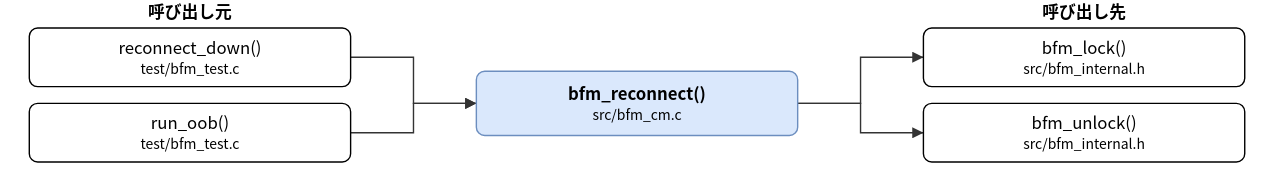
hf355051012-ai/bfmem keeps this draw.io diagram as doc/spec/images/call_src_bfm_cm-bfm_reconnect.drawio.svg. Above is the earlier version. Source tidied: cells renumbered, new cells last; positions are measured from the earlier drawing's top-left corner, leaving out a move shared by most shapes. The source it was exported from:
```xml
<mxGraphModel>
  <root>
    <mxCell id="0" />
    <mxCell id="1" parent="0" />
    <mxCell id="2" value="bfm_reconnect()&lt;br&gt;&lt;font style=&quot;font-size:10px&quot;&gt;src/bfm_cm.c&lt;/font&gt;" style="rounded=1;whiteSpace=wrap;html=1;fillColor=#dae8fc;strokeColor=#6c8ebf;fontStyle=1;" parent="1" vertex="1">
      <mxGeometry x="320" y="51" width="230" height="46" as="geometry" />
    </mxCell>
    <mxCell id="3" value="reconnect_down()&lt;br&gt;&lt;font style=&quot;font-size:10px&quot;&gt;test/bfm_test.c&lt;/font&gt;" style="rounded=1;whiteSpace=wrap;html=1;" parent="1" vertex="1">
      <mxGeometry y="20" width="230" height="42" as="geometry" />
    </mxCell>
    <mxCell id="4" value="run_oob()&lt;br&gt;&lt;font style=&quot;font-size:10px&quot;&gt;test/bfm_test.c&lt;/font&gt;" style="rounded=1;whiteSpace=wrap;html=1;" parent="1" vertex="1">
      <mxGeometry y="74" width="230" height="42" as="geometry" />
    </mxCell>
    <mxCell id="5" value="bfm_lock()&lt;br&gt;&lt;font style=&quot;font-size:10px&quot;&gt;src/bfm_internal.h&lt;/font&gt;" style="rounded=1;whiteSpace=wrap;html=1;" parent="1" vertex="1">
      <mxGeometry x="640" y="20" width="230" height="42" as="geometry" />
    </mxCell>
    <mxCell id="6" value="bfm_unlock()&lt;br&gt;&lt;font style=&quot;font-size:10px&quot;&gt;src/bfm_internal.h&lt;/font&gt;" style="rounded=1;whiteSpace=wrap;html=1;" parent="1" vertex="1">
      <mxGeometry x="640" y="74" width="230" height="42" as="geometry" />
    </mxCell>
    <mxCell id="7" style="edgeStyle=none;html=1;rounded=0;endArrow=block;endFill=1;exitX=1.0000;exitY=0.5000;exitDx=0;exitDy=0;exitPerimeter=0;entryX=0.0000;entryY=0.5000;entryDx=0;entryDy=0;entryPerimeter=0;" parent="1" edge="1" source="3" target="2">
      <mxGeometry relative="1" as="geometry">
        <Array as="points">
          <mxPoint x="275" y="41" />
          <mxPoint x="275" y="74" />
        </Array>
      </mxGeometry>
    </mxCell>
    <mxCell id="8" style="edgeStyle=none;html=1;rounded=0;endArrow=block;endFill=1;exitX=1.0000;exitY=0.5000;exitDx=0;exitDy=0;exitPerimeter=0;entryX=0.0000;entryY=0.5000;entryDx=0;entryDy=0;entryPerimeter=0;" parent="1" edge="1" source="4" target="2">
      <mxGeometry relative="1" as="geometry">
        <Array as="points">
          <mxPoint x="275" y="95" />
          <mxPoint x="275" y="74" />
        </Array>
      </mxGeometry>
    </mxCell>
    <mxCell id="9" style="edgeStyle=none;html=1;rounded=0;endArrow=block;endFill=1;exitX=1.0000;exitY=0.5000;exitDx=0;exitDy=0;exitPerimeter=0;entryX=0.0000;entryY=0.5000;entryDx=0;entryDy=0;entryPerimeter=0;" parent="1" edge="1" source="2" target="5">
      <mxGeometry relative="1" as="geometry">
        <Array as="points">
          <mxPoint x="595" y="74" />
          <mxPoint x="595" y="41" />
        </Array>
      </mxGeometry>
    </mxCell>
    <mxCell id="10" style="edgeStyle=none;html=1;rounded=0;endArrow=block;endFill=1;exitX=1.0000;exitY=0.5000;exitDx=0;exitDy=0;exitPerimeter=0;entryX=0.0000;entryY=0.5000;entryDx=0;entryDy=0;entryPerimeter=0;" parent="1" edge="1" source="2" target="6">
      <mxGeometry relative="1" as="geometry">
        <Array as="points">
          <mxPoint x="595" y="74" />
          <mxPoint x="595" y="95" />
        </Array>
      </mxGeometry>
    </mxCell>
    <mxCell id="11" value="呼び出し元" style="text;html=1;align=center;fontStyle=1;" parent="1" vertex="1">
      <mxGeometry x="35" width="160" height="18" as="geometry" />
    </mxCell>
    <mxCell id="12" value="呼び出し先" style="text;html=1;align=center;fontStyle=1;" parent="1" vertex="1">
      <mxGeometry x="675" width="160" height="18" as="geometry" />
    </mxCell>
  </root>
</mxGraphModel>
```
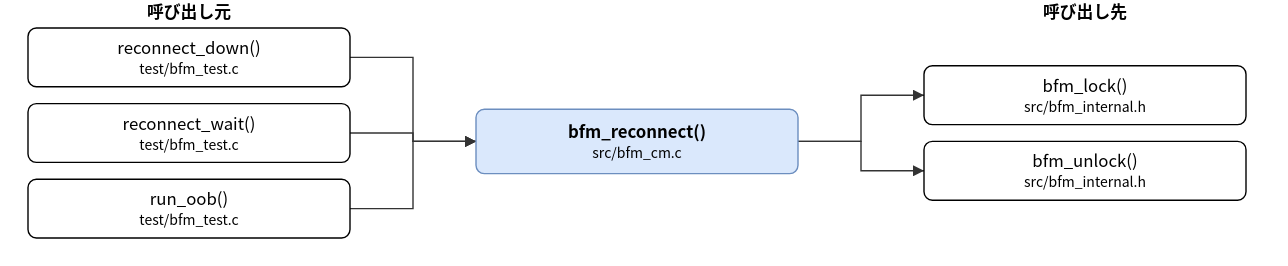
After the commit.

Diff of the diagram source:
```diff
@@ -3,25 +3,28 @@
     <mxCell id="0" />
     <mxCell id="1" parent="0" />
     <mxCell id="2" value="bfm_reconnect()&lt;br&gt;&lt;font style=&quot;font-size:10px&quot;&gt;src/bfm_cm.c&lt;/font&gt;" style="rounded=1;whiteSpace=wrap;html=1;fillColor=#dae8fc;strokeColor=#6c8ebf;fontStyle=1;" parent="1" vertex="1">
-      <mxGeometry x="320" y="51" width="230" height="46" as="geometry" />
+      <mxGeometry x="320" y="78" width="230" height="46" as="geometry" />
     </mxCell>
     <mxCell id="3" value="reconnect_down()&lt;br&gt;&lt;font style=&quot;font-size:10px&quot;&gt;test/bfm_test.c&lt;/font&gt;" style="rounded=1;whiteSpace=wrap;html=1;" parent="1" vertex="1">
       <mxGeometry y="20" width="230" height="42" as="geometry" />
     </mxCell>
-    <mxCell id="4" value="run_oob()&lt;br&gt;&lt;font style=&quot;font-size:10px&quot;&gt;test/bfm_test.c&lt;/font&gt;" style="rounded=1;whiteSpace=wrap;html=1;" parent="1" vertex="1">
+    <mxCell id="4" value="reconnect_wait()&lt;br&gt;&lt;font style=&quot;font-size:10px&quot;&gt;test/bfm_test.c&lt;/font&gt;" style="rounded=1;whiteSpace=wrap;html=1;" parent="1" vertex="1">
       <mxGeometry y="74" width="230" height="42" as="geometry" />
     </mxCell>
+    <mxCell id="13" value="run_oob()&lt;br&gt;&lt;font style=&quot;font-size:10px&quot;&gt;test/bfm_test.c&lt;/font&gt;" style="rounded=1;whiteSpace=wrap;html=1;" parent="1" vertex="1">
+      <mxGeometry y="128" width="230" height="42" as="geometry" />
+    </mxCell>
     <mxCell id="5" value="bfm_lock()&lt;br&gt;&lt;font style=&quot;font-size:10px&quot;&gt;src/bfm_internal.h&lt;/font&gt;" style="rounded=1;whiteSpace=wrap;html=1;" parent="1" vertex="1">
-      <mxGeometry x="640" y="20" width="230" height="42" as="geometry" />
+      <mxGeometry x="640" y="47" width="230" height="42" as="geometry" />
     </mxCell>
     <mxCell id="6" value="bfm_unlock()&lt;br&gt;&lt;font style=&quot;font-size:10px&quot;&gt;src/bfm_internal.h&lt;/font&gt;" style="rounded=1;whiteSpace=wrap;html=1;" parent="1" vertex="1">
-      <mxGeometry x="640" y="74" width="230" height="42" as="geometry" />
+      <mxGeometry x="640" y="101" width="230" height="42" as="geometry" />
     </mxCell>
     <mxCell id="7" style="edgeStyle=none;html=1;rounded=0;endArrow=block;endFill=1;exitX=1.0000;exitY=0.5000;exitDx=0;exitDy=0;exitPerimeter=0;entryX=0.0000;entryY=0.5000;entryDx=0;entryDy=0;entryPerimeter=0;" parent="1" edge="1" source="3" target="2">
       <mxGeometry relative="1" as="geometry">
         <Array as="points">
           <mxPoint x="275" y="41" />
-          <mxPoint x="275" y="74" />
+          <mxPoint x="275" y="101" />
         </Array>
       </mxGeometry>
     </mxCell>
@@ -29,26 +32,34 @@
       <mxGeometry relative="1" as="geometry">
         <Array as="points">
           <mxPoint x="275" y="95" />
-          <mxPoint x="275" y="74" />
+          <mxPoint x="275" y="101" />
         </Array>
       </mxGeometry>
     </mxCell>
-    <mxCell id="9" style="edgeStyle=none;html=1;rounded=0;endArrow=block;endFill=1;exitX=1.0000;exitY=0.5000;exitDx=0;exitDy=0;exitPerimeter=0;entryX=0.0000;entryY=0.5000;entryDx=0;entryDy=0;entryPerimeter=0;" parent="1" edge="1" source="2" target="5">
+    <mxCell id="9" style="edgeStyle=none;html=1;rounded=0;endArrow=block;endFill=1;exitX=1.0000;exitY=0.5000;exitDx=0;exitDy=0;exitPerimeter=0;entryX=0.0000;entryY=0.5000;entryDx=0;entryDy=0;entryPerimeter=0;" parent="1" edge="1" source="13" target="2">
       <mxGeometry relative="1" as="geometry">
         <Array as="points">
-          <mxPoint x="595" y="74" />
-          <mxPoint x="595" y="41" />
+          <mxPoint x="275" y="149" />
+          <mxPoint x="275" y="101" />
         </Array>
       </mxGeometry>
     </mxCell>
-    <mxCell id="10" style="edgeStyle=none;html=1;rounded=0;endArrow=block;endFill=1;exitX=1.0000;exitY=0.5000;exitDx=0;exitDy=0;exitPerimeter=0;entryX=0.0000;entryY=0.5000;entryDx=0;entryDy=0;entryPerimeter=0;" parent="1" edge="1" source="2" target="6">
+    <mxCell id="10" style="edgeStyle=none;html=1;rounded=0;endArrow=block;endFill=1;exitX=1.0000;exitY=0.5000;exitDx=0;exitDy=0;exitPerimeter=0;entryX=0.0000;entryY=0.5000;entryDx=0;entryDy=0;entryPerimeter=0;" parent="1" edge="1" source="2" target="5">
       <mxGeometry relative="1" as="geometry">
         <Array as="points">
-          <mxPoint x="595" y="74" />
-          <mxPoint x="595" y="95" />
+          <mxPoint x="595" y="101" />
+          <mxPoint x="595" y="68" />
         </Array>
       </mxGeometry>
     </mxCell>
+    <mxCell id="14" style="edgeStyle=none;html=1;rounded=0;endArrow=block;endFill=1;exitX=1.0000;exitY=0.5000;exitDx=0;exitDy=0;exitPerimeter=0;entryX=0.0000;entryY=0.5000;entryDx=0;entryDy=0;entryPerimeter=0;" parent="1" edge="1" source="2" target="6">
+      <mxGeometry relative="1" as="geometry">
+        <Array as="points">
+          <mxPoint x="595" y="101" />
+          <mxPoint x="595" y="122" />
+        </Array>
+      </mxGeometry>
+    </mxCell>
     <mxCell id="11" value="呼び出し元" style="text;html=1;align=center;fontStyle=1;" parent="1" vertex="1">
       <mxGeometry x="35" width="160" height="18" as="geometry" />
     </mxCell>
```
